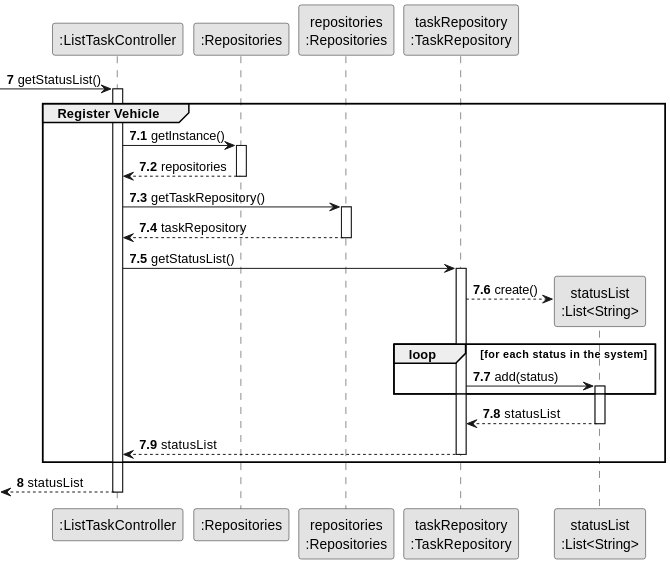
Before: docs/sprintC/us028/03.design/svg/us028-sequence-diagram-partial-get-status-list.svg, a diagram exported from PlantUML (diogoveirospro/lei-24-s2-1dg-g072).
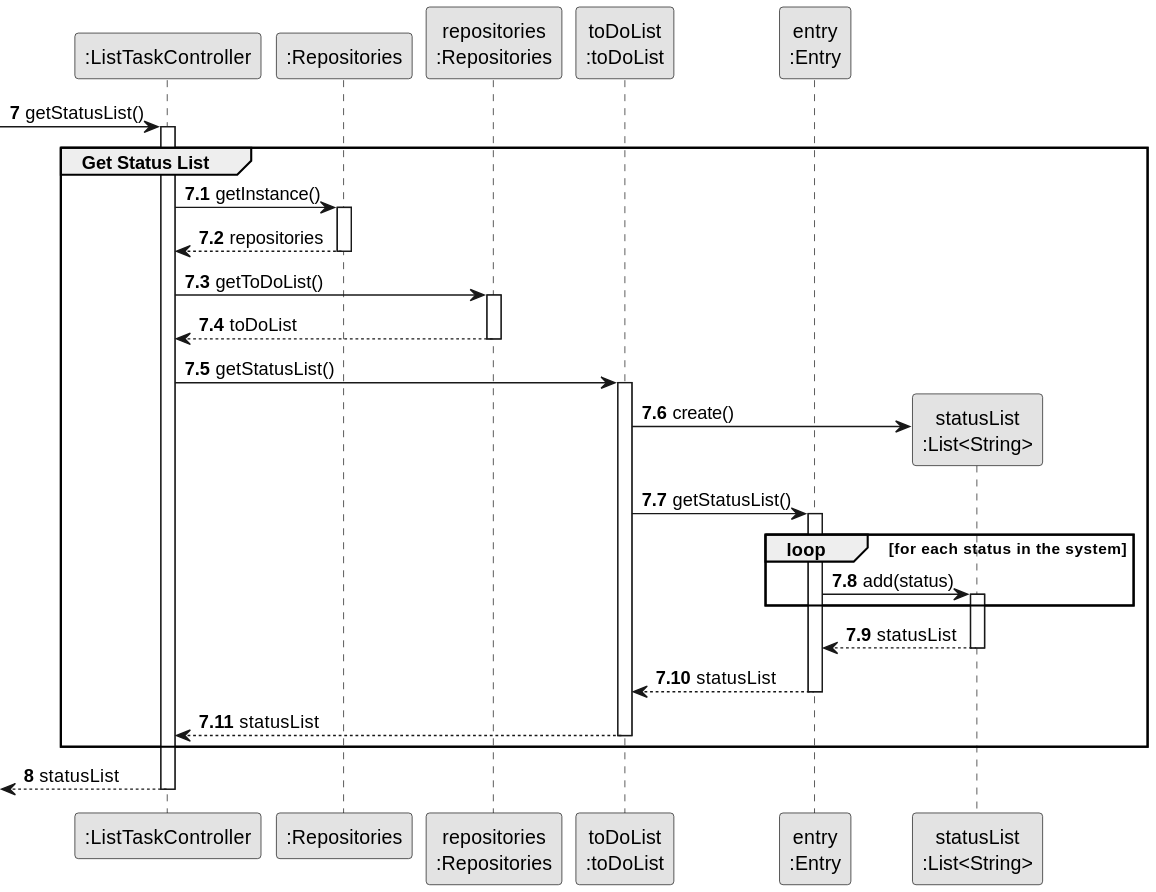
The same file after the commit.

The edit, as a diff of the source:
```diff
@@ -6,7 +6,8 @@
 participant ":ListTaskController" as CTRL
 participant ":Repositories" as RepositorySingleton
 participant "repositories\n:Repositories" as REP
-participant "taskRepository\n:TaskRepository" as taskRepository
+participant "toDoList\n:toDoList" as toDoList
+participant "entry\n:Entry" as entry
 participant "statusList\n:List<String>" as LISTSTATUS
 
 autonumber 7
@@ -14,7 +15,7 @@
 
 autonumber 7.1
 activate CTRL
-    group Register Vehicle
+    group Get Status List
 
 
         CTRL -> RepositorySingleton : getInstance()
@@ -23,25 +24,29 @@
             RepositorySingleton --> CTRL : repositories
             deactivate RepositorySingleton
 
-        CTRL -> REP : getTaskRepository()
+        CTRL -> REP : getToDoList()
             activate REP
 
-            REP --> CTRL : taskRepository
+            REP --> CTRL : toDoList
             deactivate REP
 
-        CTRL -> taskRepository : getStatusList()
-            activate taskRepository
+        CTRL -> toDoList : getStatusList()
+            activate toDoList
 
-            taskRepository --> LISTSTATUS** : create()
-                loop for each status in the system
-                    taskRepository -> LISTSTATUS : add(status)
-                        activate LISTSTATUS
-                end
-            LISTSTATUS --> taskRepository : statusList
-            deactivate LISTSTATUS
+            toDoList -> LISTSTATUS** : create()
+                    toDoList -> entry : getStatusList()
+                        activate entry
 
-        taskRepository --> CTRL : statusList
-        deactivate taskRepository
+                            loop for each status in the system
+                                entry -> LISTSTATUS : add(status)
+                                activate LISTSTATUS
+                            end
+                        LISTSTATUS --> entry : statusList
+                        deactivate LISTSTATUS
+                    entry --> toDoList : statusList
+                    deactivate entry
+        toDoList --> CTRL : statusList
+        deactivate toDoList
 
     end
 
```
